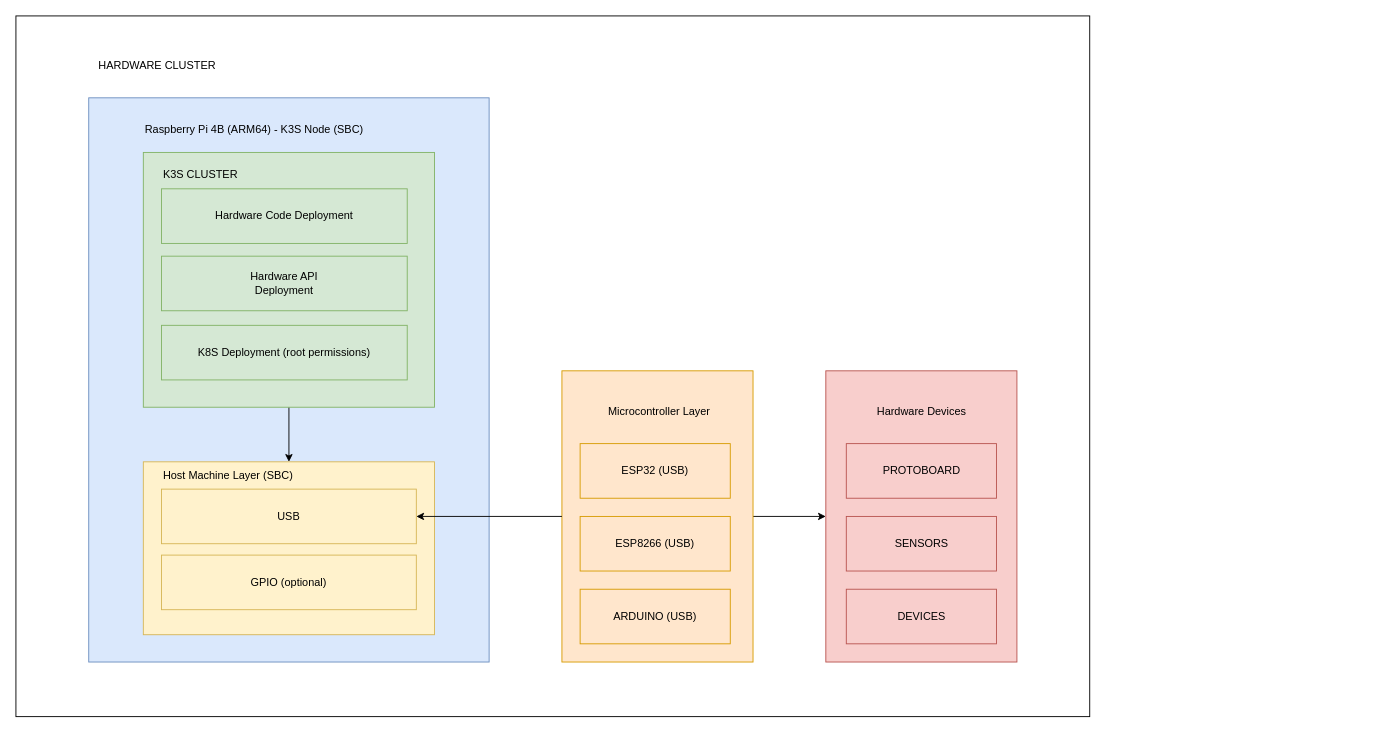
This is homelab/k3s/esp32/architecture.drawio from wguilherme/platform, a draw.io file, before an edit. Source tidied: cells renumbered, new cells numbered last; positions are measured from the earlier drawing's top-left corner, leaving out a move shared by most shapes. Both pictures are drawn from the tidied source at 91%, with x=0, y=0 at pixel (15, 15).
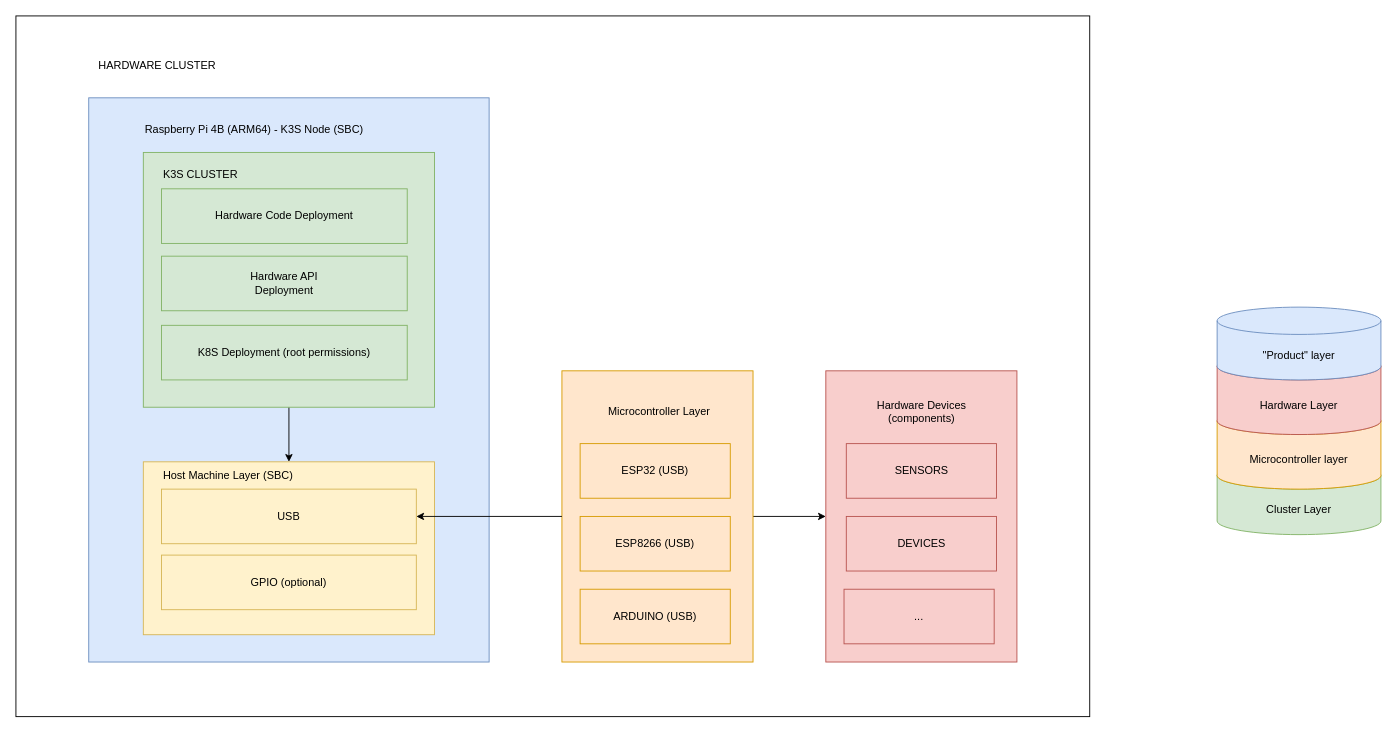
After the change.

Diff of the diagram source:
```diff
@@
-    <mxCell id="16" value="PROTOBOARD" style="whiteSpace=wrap;html=1;fillColor=#f8cecc;strokeColor=#b85450;" parent="1" vertex="1">
-      <mxGeometry x="912.5" y="470" width="165" height="60" as="geometry" />
+    <mxCell id="16" value="..." style="whiteSpace=wrap;html=1;fillColor=#f8cecc;strokeColor=#b85450;" parent="1" vertex="1">
+      <mxGeometry x="910" y="630" width="165" height="60" as="geometry" />
     </mxCell>
     <mxCell id="17" value="SENSORS" style="whiteSpace=wrap;html=1;fillColor=#f8cecc;strokeColor=#b85450;" parent="1" vertex="1">
-      <mxGeometry x="912.5" y="550" width="165" height="60" as="geometry" />
+      <mxGeometry x="912.5" y="470" width="165" height="60" as="geometry" />
     </mxCell>
     <mxCell id="18" value="DEVICES" style="whiteSpace=wrap;html=1;fillColor=#f8cecc;strokeColor=#b85450;" parent="1" vertex="1">
-      <mxGeometry x="912.5" y="630" width="165" height="60" as="geometry" />
+      <mxGeometry x="912.5" y="550" width="165" height="60" as="geometry" />
     </mxCell>
@@
-    <mxCell id="25" value="Hardware Devices" style="text;html=1;align=center;verticalAlign=middle;strokeColor=none;fillColor=none;" parent="1" vertex="1">
-      <mxGeometry x="925" y="420" width="140" height="30" as="geometry" />
+    <mxCell id="25" value="Hardware Devices&lt;div&gt;(components)&lt;/div&gt;" style="text;html=1;align=center;verticalAlign=middle;strokeColor=none;fillColor=none;" parent="1" vertex="1">
+      <mxGeometry x="935" y="415" width="120" height="40" as="geometry" />
     </mxCell>
@@
+    <mxCell id="28" value="Cluster Layer" style="shape=cylinder3;whiteSpace=wrap;html=1;boundedLbl=1;backgroundOutline=1;size=15;fillColor=#d5e8d4;strokeColor=#82b366;" parent="1" vertex="1">
+      <mxGeometry x="1320" y="490" width="180" height="80" as="geometry" />
+    </mxCell>
+    <mxCell id="29" value="Microcontroller layer" style="shape=cylinder3;whiteSpace=wrap;html=1;boundedLbl=1;backgroundOutline=1;size=15;fillColor=#ffe6cc;strokeColor=#d79b00;" parent="1" vertex="1">
+      <mxGeometry x="1320" y="430" width="180" height="90" as="geometry" />
+    </mxCell>
+    <mxCell id="30" value="Hardware Layer" style="shape=cylinder3;whiteSpace=wrap;html=1;boundedLbl=1;backgroundOutline=1;size=15;fillColor=#f8cecc;strokeColor=#b85450;" parent="1" vertex="1">
+      <mxGeometry x="1320" y="370" width="180" height="90" as="geometry" />
+    </mxCell>
+    <mxCell id="31" value="&quot;Product&quot; layer" style="shape=cylinder3;whiteSpace=wrap;html=1;boundedLbl=1;backgroundOutline=1;size=15;fillColor=#dae8fc;strokeColor=#6c8ebf;" parent="1" vertex="1">
+      <mxGeometry x="1320" y="320" width="180" height="80" as="geometry" />
+    </mxCell>
```
